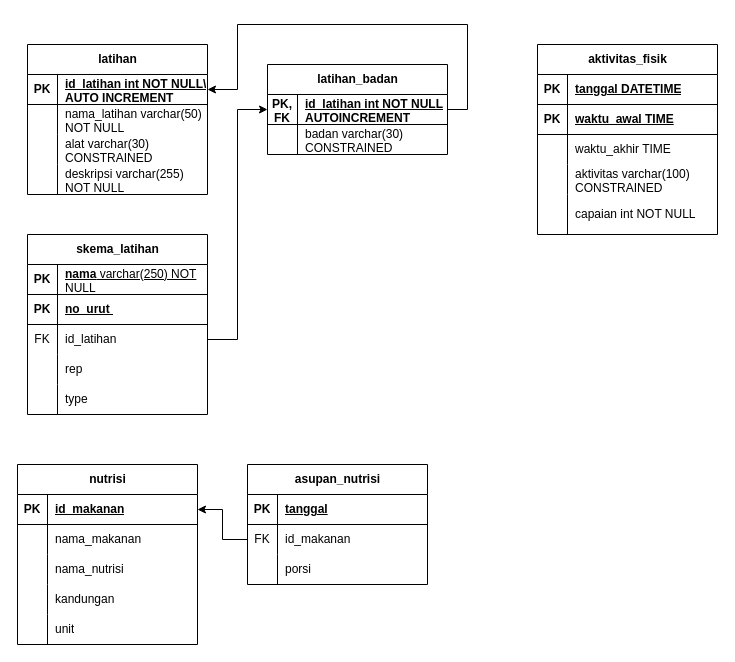
BobSwagg13/TUBES-REKAYASA-PERANGKAT-LUNAK-1 keeps this draw.io diagram as page "schema + datatype" (3 of 3) of ER_Diagram_Database.drawio. Above is the earlier version. Source tidied: cells renumbered, new cells numbered last; positions are measured from the earlier drawing's top-left corner, leaving out a move shared by most shapes. Both pictures are drawn from the tidied source at 100%, with x=0, y=0 at pixel (17, 24).
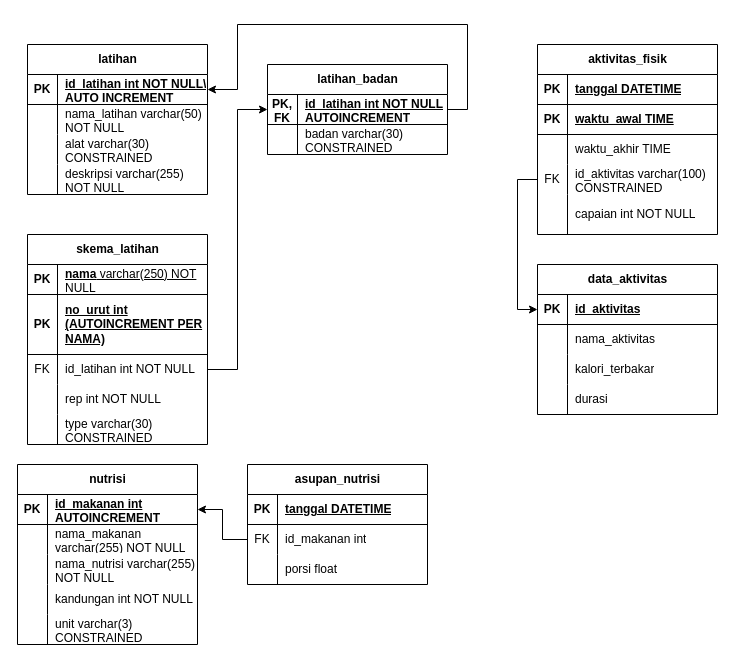
The same page after the edit.

Unchanged cells that the change refers to:
```xml
<mxCell id="49" style="shape=tableRow;horizontal=0;startSize=0;swimlaneHead=0;swimlaneBody=0;fillColor=none;points=[[0,0.5],[1,0.5]];portConstraint=eastwest;top=0;left=0;right=0;bottom=0;" parent="39" vertex="1">
  <mxGeometry y="120" width="180" height="30" as="geometry" />
</mxCell>
<mxCell id="56" style="shape=tableRow;horizontal=0;startSize=0;swimlaneHead=0;swimlaneBody=0;fillColor=none;points=[[0,0.5],[1,0.5]];portConstraint=eastwest;top=0;left=0;right=0;bottom=1;" parent="55" vertex="1">
  <mxGeometry y="30" width="180" height="30" as="geometry" />
</mxCell>
<mxCell id="59" style="shape=tableRow;horizontal=0;startSize=0;swimlaneHead=0;swimlaneBody=0;fillColor=none;top=0;left=0;right=0;bottom=0;" parent="55" vertex="1">
  <mxGeometry y="60" width="180" height="30" as="geometry" />
</mxCell>
<mxCell id="62" style="shape=tableRow;horizontal=0;startSize=0;swimlaneHead=0;swimlaneBody=0;fillColor=none;top=0;left=0;right=0;bottom=0;" parent="55" vertex="1">
  <mxGeometry y="90" width="180" height="30" as="geometry" />
</mxCell>
<mxCell id="65" style="shape=tableRow;horizontal=0;startSize=0;swimlaneHead=0;swimlaneBody=0;fillColor=none;top=0;left=0;right=0;bottom=0;" parent="55" vertex="1">
  <mxGeometry y="120" width="180" height="30" as="geometry" />
</mxCell>
<mxCell id="68" style="shape=tableRow;horizontal=0;startSize=0;swimlaneHead=0;swimlaneBody=0;fillColor=none;top=0;left=0;right=0;bottom=0;" parent="55" vertex="1">
  <mxGeometry y="150" width="180" height="30" as="geometry" />
</mxCell>
<mxCell id="72" style="shape=tableRow;horizontal=0;startSize=0;swimlaneHead=0;swimlaneBody=0;fillColor=none;top=0;left=0;right=0;bottom=1;" parent="71" vertex="1">
  <mxGeometry y="30" width="180" height="30" as="geometry" />
</mxCell>
<mxCell id="75" style="shape=tableRow;horizontal=0;startSize=0;swimlaneHead=0;swimlaneBody=0;fillColor=none;points=[[0,0.5],[1,0.5]];portConstraint=eastwest;top=0;left=0;right=0;bottom=0;" parent="71" vertex="1">
  <mxGeometry y="60" width="180" height="30" as="geometry" />
</mxCell>
<mxCell id="78" style="shape=tableRow;horizontal=0;startSize=0;swimlaneHead=0;swimlaneBody=0;fillColor=none;top=0;left=0;right=0;bottom=0;" parent="71" vertex="1">
  <mxGeometry y="90" width="180" height="30" as="geometry" />
</mxCell>
```

The edit, as a diff of the source:
```diff
@@
     <mxCell id="22" value="skema_latihan" style="shape=table;startSize=30;childLayout=tableLayout;rowLines=0;fontStyle=1;align=center;html=1;" parent="1" vertex="1">
-      <mxGeometry x="10" y="210" width="180" height="180" as="geometry" />
+      <mxGeometry x="10" y="210" width="180" height="210" as="geometry" />
     </mxCell>
@@
     <mxCell id="26" style="shape=tableRow;horizontal=0;startSize=0;swimlaneHead=0;swimlaneBody=0;fillColor=none;top=0;left=0;right=0;bottom=1;" parent="22" vertex="1">
-      <mxGeometry y="60" width="180" height="30" as="geometry" />
+      <mxGeometry y="60" width="180" height="60" as="geometry" />
     </mxCell>
     <mxCell id="27" value="PK" style="shape=partialRectangle;fillColor=none;top=0;left=0;bottom=0;right=0;fontStyle=1;overflow=hidden;whiteSpace=wrap;html=1;" parent="26" vertex="1">
-      <mxGeometry width="30" height="30" as="geometry" />
+      <mxGeometry width="30" height="60" as="geometry" />
     </mxCell>
-    <mxCell id="28" value="no_urut&amp;nbsp;" style="shape=partialRectangle;fillColor=none;top=0;left=0;bottom=0;right=0;align=left;spacingLeft=6;fontStyle=5;overflow=hidden;whiteSpace=wrap;html=1;" parent="26" vertex="1">
-      <mxGeometry x="30" width="150" height="30" as="geometry" />
+    <mxCell id="28" value="no_urut int (AUTOINCREMENT PER NAMA)" style="shape=partialRectangle;fillColor=none;top=0;left=0;bottom=0;right=0;align=left;spacingLeft=6;fontStyle=5;overflow=hidden;whiteSpace=wrap;html=1;" parent="26" vertex="1">
+      <mxGeometry x="30" width="150" height="60" as="geometry" />
     </mxCell>
     <mxCell id="29" style="shape=tableRow;horizontal=0;startSize=0;swimlaneHead=0;swimlaneBody=0;fillColor=none;points=[[0,0.5],[1,0.5]];portConstraint=eastwest;top=0;left=0;right=0;bottom=0;" parent="22" vertex="1">
-      <mxGeometry y="90" width="180" height="30" as="geometry" />
+      <mxGeometry y="120" width="180" height="30" as="geometry" />
     </mxCell>
@@
-    <mxCell id="31" value="id_latihan" style="shape=partialRectangle;fillColor=none;top=0;left=0;bottom=0;right=0;align=left;spacingLeft=6;overflow=hidden;whiteSpace=wrap;html=1;" parent="29" vertex="1">
+    <mxCell id="31" value="id_latihan int NOT NULL" style="shape=partialRectangle;fillColor=none;top=0;left=0;bottom=0;right=0;align=left;spacingLeft=6;overflow=hidden;whiteSpace=wrap;html=1;" parent="29" vertex="1">
       <mxGeometry x="30" width="150" height="30" as="geometry" />
     </mxCell>
     <mxCell id="32" style="shape=tableRow;horizontal=0;startSize=0;swimlaneHead=0;swimlaneBody=0;fillColor=none;top=0;left=0;right=0;bottom=0;" parent="22" vertex="1">
-      <mxGeometry y="120" width="180" height="30" as="geometry" />
+      <mxGeometry y="150" width="180" height="30" as="geometry" />
     </mxCell>
@@
-    <mxCell id="34" value="rep" style="shape=partialRectangle;fillColor=none;top=0;left=0;bottom=0;right=0;align=left;spacingLeft=6;overflow=hidden;whiteSpace=wrap;html=1;" parent="32" vertex="1">
+    <mxCell id="34" value="rep int NOT NULL" style="shape=partialRectangle;fillColor=none;top=0;left=0;bottom=0;right=0;align=left;spacingLeft=6;overflow=hidden;whiteSpace=wrap;html=1;" parent="32" vertex="1">
       <mxGeometry x="30" width="150" height="30" as="geometry" />
     </mxCell>
     <mxCell id="35" style="shape=tableRow;horizontal=0;startSize=0;swimlaneHead=0;swimlaneBody=0;fillColor=none;top=0;left=0;right=0;bottom=0;" parent="22" vertex="1">
-      <mxGeometry y="150" width="180" height="30" as="geometry" />
+      <mxGeometry y="180" width="180" height="30" as="geometry" />
     </mxCell>
@@
-    <mxCell id="37" value="type" style="shape=partialRectangle;fillColor=none;top=0;left=0;bottom=0;right=0;align=left;spacingLeft=6;overflow=hidden;whiteSpace=wrap;html=1;" parent="35" vertex="1">
+    <mxCell id="37" value="type varchar(30) CONSTRAINED" style="shape=partialRectangle;fillColor=none;top=0;left=0;bottom=0;right=0;align=left;spacingLeft=6;overflow=hidden;whiteSpace=wrap;html=1;" parent="35" vertex="1">
       <mxGeometry x="30" width="150" height="30" as="geometry" />
     </mxCell>
@@
-    <mxCell id="50" style="shape=partialRectangle;fillColor=none;top=0;left=0;bottom=0;right=0;overflow=hidden;whiteSpace=wrap;html=1;" parent="49" vertex="1">
+    <mxCell id="50" value="FK" style="shape=partialRectangle;fillColor=none;top=0;left=0;bottom=0;right=0;overflow=hidden;whiteSpace=wrap;html=1;" parent="49" vertex="1">
       <mxGeometry width="30" height="30" as="geometry" />
     </mxCell>
-    <mxCell id="51" value="aktivitas varchar(100) CONSTRAINED" style="shape=partialRectangle;fillColor=none;top=0;left=0;bottom=0;right=0;align=left;spacingLeft=6;overflow=hidden;whiteSpace=wrap;html=1;" parent="49" vertex="1">
+    <mxCell id="51" value="id_aktivitas varchar(100) CONSTRAINED" style="shape=partialRectangle;fillColor=none;top=0;left=0;bottom=0;right=0;align=left;spacingLeft=6;overflow=hidden;whiteSpace=wrap;html=1;" parent="49" vertex="1">
       <mxGeometry x="30" width="150" height="30" as="geometry" />
     </mxCell>
@@
-    <mxCell id="58" value="id_makanan" style="shape=partialRectangle;fillColor=none;top=0;left=0;bottom=0;right=0;align=left;spacingLeft=6;fontStyle=5;overflow=hidden;whiteSpace=wrap;html=1;" parent="56" vertex="1">
+    <mxCell id="58" value="id_makanan int AUTOINCREMENT" style="shape=partialRectangle;fillColor=none;top=0;left=0;bottom=0;right=0;align=left;spacingLeft=6;fontStyle=5;overflow=hidden;whiteSpace=wrap;html=1;" parent="56" vertex="1">
       <mxGeometry x="30" width="150" height="30" as="geometry" />
     </mxCell>
@@
-    <mxCell id="61" value="nama_makanan" style="shape=partialRectangle;fillColor=none;top=0;left=0;bottom=0;right=0;align=left;spacingLeft=6;overflow=hidden;whiteSpace=wrap;html=1;" parent="59" vertex="1">
+    <mxCell id="61" value="nama_makanan varchar(255) NOT NULL" style="shape=partialRectangle;fillColor=none;top=0;left=0;bottom=0;right=0;align=left;spacingLeft=6;overflow=hidden;whiteSpace=wrap;html=1;" parent="59" vertex="1">
       <mxGeometry x="30" width="150" height="30" as="geometry" />
     </mxCell>
@@
-    <mxCell id="64" value="nama_nutrisi" style="shape=partialRectangle;fillColor=none;top=0;left=0;bottom=0;right=0;align=left;spacingLeft=6;overflow=hidden;whiteSpace=wrap;html=1;" parent="62" vertex="1">
+    <mxCell id="64" value="nama_nutrisi varchar(255) NOT NULL" style="shape=partialRectangle;fillColor=none;top=0;left=0;bottom=0;right=0;align=left;spacingLeft=6;overflow=hidden;whiteSpace=wrap;html=1;" parent="62" vertex="1">
       <mxGeometry x="30" width="150" height="30" as="geometry" />
     </mxCell>
@@
-    <mxCell id="67" value="kandungan" style="shape=partialRectangle;fillColor=none;top=0;left=0;bottom=0;right=0;align=left;spacingLeft=6;overflow=hidden;whiteSpace=wrap;html=1;" parent="65" vertex="1">
+    <mxCell id="67" value="kandungan int NOT NULL" style="shape=partialRectangle;fillColor=none;top=0;left=0;bottom=0;right=0;align=left;spacingLeft=6;overflow=hidden;whiteSpace=wrap;html=1;" parent="65" vertex="1">
       <mxGeometry x="30" width="150" height="30" as="geometry" />
     </mxCell>
@@
-    <mxCell id="70" value="unit" style="shape=partialRectangle;fillColor=none;top=0;left=0;bottom=0;right=0;align=left;spacingLeft=6;overflow=hidden;whiteSpace=wrap;html=1;" parent="68" vertex="1">
+    <mxCell id="70" value="unit varchar(3) CONSTRAINED" style="shape=partialRectangle;fillColor=none;top=0;left=0;bottom=0;right=0;align=left;spacingLeft=6;overflow=hidden;whiteSpace=wrap;html=1;" parent="68" vertex="1">
       <mxGeometry x="30" width="150" height="30" as="geometry" />
     </mxCell>
@@
-    <mxCell id="74" value="tanggal" style="shape=partialRectangle;fillColor=none;top=0;left=0;bottom=0;right=0;align=left;spacingLeft=6;fontStyle=5;overflow=hidden;whiteSpace=wrap;html=1;" parent="72" vertex="1">
+    <mxCell id="74" value="tanggal DATETIME" style="shape=partialRectangle;fillColor=none;top=0;left=0;bottom=0;right=0;align=left;spacingLeft=6;fontStyle=5;overflow=hidden;whiteSpace=wrap;html=1;" parent="72" vertex="1">
       <mxGeometry x="30" width="150" height="30" as="geometry" />
     </mxCell>
@@
-    <mxCell id="77" value="id_makanan" style="shape=partialRectangle;fillColor=none;top=0;left=0;bottom=0;right=0;align=left;spacingLeft=6;overflow=hidden;whiteSpace=wrap;html=1;" parent="75" vertex="1">
+    <mxCell id="77" value="id_makanan int" style="shape=partialRectangle;fillColor=none;top=0;left=0;bottom=0;right=0;align=left;spacingLeft=6;overflow=hidden;whiteSpace=wrap;html=1;" parent="75" vertex="1">
       <mxGeometry x="30" width="150" height="30" as="geometry" />
     </mxCell>
@@
-    <mxCell id="80" value="porsi" style="shape=partialRectangle;fillColor=none;top=0;left=0;bottom=0;right=0;align=left;spacingLeft=6;overflow=hidden;whiteSpace=wrap;html=1;" parent="78" vertex="1">
+    <mxCell id="80" value="porsi float" style="shape=partialRectangle;fillColor=none;top=0;left=0;bottom=0;right=0;align=left;spacingLeft=6;overflow=hidden;whiteSpace=wrap;html=1;" parent="78" vertex="1">
       <mxGeometry x="30" width="150" height="30" as="geometry" />
     </mxCell>
@@
+    <mxCell id="83" value="data_aktivitas" style="shape=table;startSize=30;childLayout=tableLayout;rowLines=0;fontStyle=1;align=center;html=1;" parent="1" vertex="1">
+      <mxGeometry x="520" y="240" width="180" height="150" as="geometry" />
+    </mxCell>
+    <mxCell id="84" style="shape=tableRow;horizontal=0;startSize=0;swimlaneHead=0;swimlaneBody=0;fillColor=none;points=[[0,0.5],[1,0.5]];portConstraint=eastwest;top=0;left=0;right=0;bottom=1;" parent="83" vertex="1">
+      <mxGeometry y="30" width="180" height="30" as="geometry" />
+    </mxCell>
+    <mxCell id="85" value="PK" style="shape=partialRectangle;fillColor=none;top=0;left=0;bottom=0;right=0;fontStyle=1;overflow=hidden;whiteSpace=wrap;html=1;" parent="84" vertex="1">
+      <mxGeometry width="30" height="30" as="geometry" />
+    </mxCell>
+    <mxCell id="86" value="id_aktivitas" style="shape=partialRectangle;fillColor=none;top=0;left=0;bottom=0;right=0;align=left;spacingLeft=6;fontStyle=5;overflow=hidden;whiteSpace=wrap;html=1;" parent="84" vertex="1">
+      <mxGeometry x="30" width="150" height="30" as="geometry" />
+    </mxCell>
+    <mxCell id="87" style="shape=tableRow;horizontal=0;startSize=0;swimlaneHead=0;swimlaneBody=0;fillColor=none;top=0;left=0;right=0;bottom=0;" parent="83" vertex="1">
+      <mxGeometry y="60" width="180" height="30" as="geometry" />
+    </mxCell>
+    <mxCell id="88" style="shape=partialRectangle;fillColor=none;top=0;left=0;bottom=0;right=0;overflow=hidden;whiteSpace=wrap;html=1;" parent="87" vertex="1">
+      <mxGeometry width="30" height="30" as="geometry" />
+    </mxCell>
+    <mxCell id="89" value="nama_aktivitas" style="shape=partialRectangle;fillColor=none;top=0;left=0;bottom=0;right=0;align=left;spacingLeft=6;overflow=hidden;whiteSpace=wrap;html=1;" parent="87" vertex="1">
+      <mxGeometry x="30" width="150" height="30" as="geometry" />
+    </mxCell>
+    <mxCell id="90" style="shape=tableRow;horizontal=0;startSize=0;swimlaneHead=0;swimlaneBody=0;fillColor=none;top=0;left=0;right=0;bottom=0;" parent="83" vertex="1">
+      <mxGeometry y="90" width="180" height="30" as="geometry" />
+    </mxCell>
+    <mxCell id="91" style="shape=partialRectangle;fillColor=none;top=0;left=0;bottom=0;right=0;overflow=hidden;whiteSpace=wrap;html=1;" parent="90" vertex="1">
+      <mxGeometry width="30" height="30" as="geometry" />
+    </mxCell>
+    <mxCell id="92" value="kalori_terbakar" style="shape=partialRectangle;fillColor=none;top=0;left=0;bottom=0;right=0;align=left;spacingLeft=6;overflow=hidden;whiteSpace=wrap;html=1;" parent="90" vertex="1">
+      <mxGeometry x="30" width="150" height="30" as="geometry" />
+    </mxCell>
+    <mxCell id="93" style="shape=tableRow;horizontal=0;startSize=0;swimlaneHead=0;swimlaneBody=0;fillColor=none;top=0;left=0;right=0;bottom=0;" parent="83" vertex="1">
+      <mxGeometry y="120" width="180" height="30" as="geometry" />
+    </mxCell>
+    <mxCell id="94" style="shape=partialRectangle;fillColor=none;top=0;left=0;bottom=0;right=0;overflow=hidden;whiteSpace=wrap;html=1;" parent="93" vertex="1">
+      <mxGeometry width="30" height="30" as="geometry" />
+    </mxCell>
+    <mxCell id="95" value="durasi" style="shape=partialRectangle;fillColor=none;top=0;left=0;bottom=0;right=0;align=left;spacingLeft=6;overflow=hidden;whiteSpace=wrap;html=1;" parent="93" vertex="1">
+      <mxGeometry x="30" width="150" height="30" as="geometry" />
+    </mxCell>
+    <mxCell id="96" style="edgeStyle=orthogonalEdgeStyle;rounded=0;jettySize=auto;html=1;exitX=0;exitY=0.5;exitDx=0;exitDy=0;entryX=0;entryY=0.5;entryDx=0;entryDy=0;" parent="1" edge="1" source="49" target="84">
+      <mxGeometry relative="1" as="geometry" />
+    </mxCell>
```
